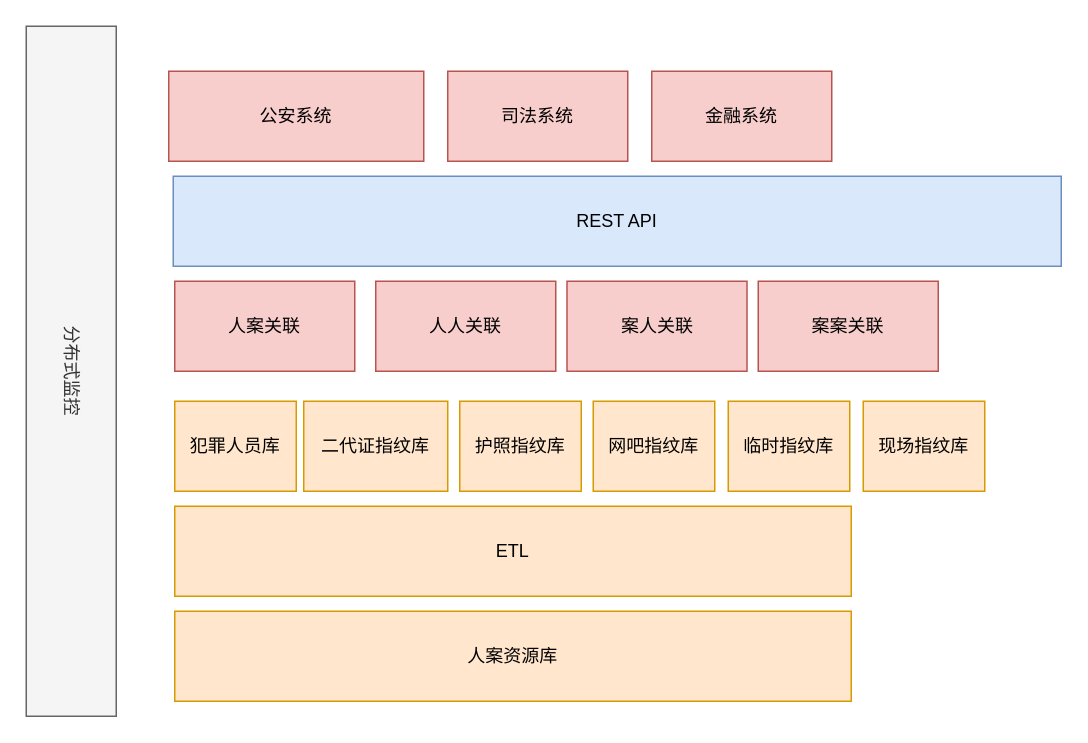
This is 业务模型.drawio from gray2blue/Sudoku, a draw.io file, before an edit. Source tidied: cells renumbered, new cells numbered last; positions are measured from the earlier drawing's top-left corner, leaving out a move shared by most shapes. Both pictures are drawn from the tidied source at 150%, with x=0, y=0 at pixel (-274, 70).
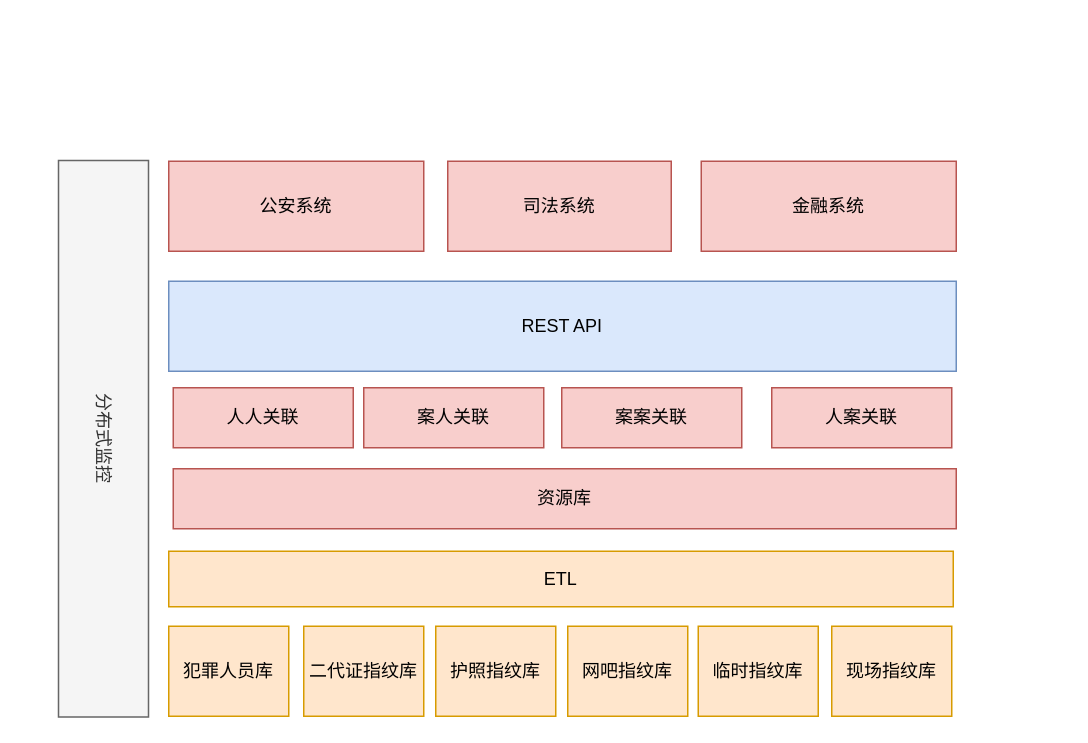
Above is the later version.

Diff of the diagram source:
```diff
@@
 <mxGraphModel>
   <root>
     <mxCell id="0" />
     <mxCell id="1" parent="0" />
-    <mxCell id="2" value="犯罪人员库" style="rounded=0;whiteSpace=wrap;html=1;fillColor=#ffe6cc;strokeColor=#d79b00;" parent="1" vertex="1">
-      <mxGeometry x="299" y="220" width="81" height="60" as="geometry" />
-    </mxCell>
     <mxCell id="3" value="公安系统" style="rounded=0;whiteSpace=wrap;html=1;fillColor=#f8cecc;strokeColor=#b85450;" parent="1" vertex="1">
-      <mxGeometry x="295" width="170" height="60" as="geometry" />
+      <mxGeometry x="295" y="60" width="170" height="60" as="geometry" />
     </mxCell>
     <mxCell id="4" value="人人关联" style="rounded=0;whiteSpace=wrap;html=1;fillColor=#f8cecc;strokeColor=#b85450;" parent="1" vertex="1">
-      <mxGeometry x="433" y="140" width="120" height="60" as="geometry" />
+      <mxGeometry x="298" y="211" width="120" height="40" as="geometry" />
     </mxCell>
-    <mxCell id="5" value="人案关联" style="rounded=0;whiteSpace=wrap;html=1;fillColor=#f8cecc;strokeColor=#b85450;" parent="1" vertex="1">
-      <mxGeometry x="299" y="140" width="120" height="60" as="geometry" />
+    <mxCell id="5" value="资源库" style="rounded=0;whiteSpace=wrap;html=1;fillColor=#f8cecc;strokeColor=#b85450;" parent="1" vertex="1">
+      <mxGeometry x="298" y="265" width="522" height="40" as="geometry" />
     </mxCell>
     <mxCell id="6" value="REST API" style="rounded=0;whiteSpace=wrap;html=1;fillColor=#dae8fc;strokeColor=#6c8ebf;" parent="1" vertex="1">
-      <mxGeometry x="298" y="70" width="592" height="60" as="geometry" />
+      <mxGeometry x="295" y="140" width="525" height="60" as="geometry" />
     </mxCell>
     <mxCell id="7" value="司法系统" style="rounded=0;whiteSpace=wrap;html=1;fillColor=#f8cecc;strokeColor=#b85450;" parent="1" vertex="1">
-      <mxGeometry x="481" width="120" height="60" as="geometry" />
+      <mxGeometry x="481" y="60" width="149" height="60" as="geometry" />
     </mxCell>
-    <mxCell id="8" value="人案资源库" style="rounded=0;whiteSpace=wrap;html=1;fillColor=#ffe6cc;strokeColor=#d79b00;" parent="1" vertex="1">
-      <mxGeometry x="299" y="360" width="451" height="60" as="geometry" />
-    </mxCell>
     <mxCell id="9" value="分布式监控" style="rounded=0;whiteSpace=wrap;html=1;rotation=90;fillColor=#f5f5f5;strokeColor=#666666;fontColor=#333333;" parent="1" vertex="1">
-      <mxGeometry y="170" width="460" height="60" as="geometry" />
+      <mxGeometry x="66" y="215" width="371" height="60" as="geometry" />
     </mxCell>
+    <mxCell id="14" value="ETL" style="rounded=0;whiteSpace=wrap;html=1;fillColor=#ffe6cc;strokeColor=#d79b00;" parent="1" vertex="1">
+      <mxGeometry x="295" y="320" width="523" height="37" as="geometry" />
+    </mxCell>
+    <mxCell id="15" value="案人关联" style="rounded=0;whiteSpace=wrap;html=1;fillColor=#f8cecc;strokeColor=#b85450;" parent="1" vertex="1">
+      <mxGeometry x="425" y="211" width="120" height="40" as="geometry" />
+    </mxCell>
+    <mxCell id="16" value="案案关联" style="rounded=0;whiteSpace=wrap;html=1;fillColor=#f8cecc;strokeColor=#b85450;" parent="1" vertex="1">
+      <mxGeometry x="557" y="211" width="120" height="40" as="geometry" />
+    </mxCell>
+    <mxCell id="18" value="金融系统" style="rounded=0;whiteSpace=wrap;html=1;fillColor=#f8cecc;strokeColor=#b85450;" parent="1" vertex="1">
+      <mxGeometry x="650" y="60" width="170" height="60" as="geometry" />
+    </mxCell>
+    <mxCell id="2" value="犯罪人员库" style="rounded=0;whiteSpace=wrap;html=1;fillColor=#ffe6cc;strokeColor=#d79b00;" parent="1" vertex="1">
+      <mxGeometry x="295" y="370" width="80" height="60" as="geometry" />
+    </mxCell>
     <mxCell id="10" value="二代证指纹库" style="rounded=0;whiteSpace=wrap;html=1;fillColor=#ffe6cc;strokeColor=#d79b00;" parent="1" vertex="1">
-      <mxGeometry x="385" y="220" width="96" height="60" as="geometry" />
+      <mxGeometry x="385" y="370" width="80" height="60" as="geometry" />
     </mxCell>
     <mxCell id="11" value="护照指纹库" style="rounded=0;whiteSpace=wrap;html=1;fillColor=#ffe6cc;strokeColor=#d79b00;" parent="1" vertex="1">
-      <mxGeometry x="489" y="220" width="81" height="60" as="geometry" />
+      <mxGeometry x="473" y="370" width="80" height="60" as="geometry" />
     </mxCell>
     <mxCell id="12" value="临时指纹库" style="rounded=0;whiteSpace=wrap;html=1;fillColor=#ffe6cc;strokeColor=#d79b00;" parent="1" vertex="1">
-      <mxGeometry x="668" y="220" width="81" height="60" as="geometry" />
+      <mxGeometry x="648" y="370" width="80" height="60" as="geometry" />
     </mxCell>
     <mxCell id="13" value="网吧指纹库" style="rounded=0;whiteSpace=wrap;html=1;fillColor=#ffe6cc;strokeColor=#d79b00;" parent="1" vertex="1">
-      <mxGeometry x="578" y="220" width="81" height="60" as="geometry" />
+      <mxGeometry x="561" y="370" width="80" height="60" as="geometry" />
     </mxCell>
-    <mxCell id="14" value="ETL" style="rounded=0;whiteSpace=wrap;html=1;fillColor=#ffe6cc;strokeColor=#d79b00;" parent="1" vertex="1">
-      <mxGeometry x="299" y="290" width="451" height="60" as="geometry" />
-    </mxCell>
-    <mxCell id="15" value="案人关联" style="rounded=0;whiteSpace=wrap;html=1;fillColor=#f8cecc;strokeColor=#b85450;" parent="1" vertex="1">
-      <mxGeometry x="560.5" y="140" width="120" height="60" as="geometry" />
-    </mxCell>
-    <mxCell id="16" value="案案关联" style="rounded=0;whiteSpace=wrap;html=1;fillColor=#f8cecc;strokeColor=#b85450;" parent="1" vertex="1">
-      <mxGeometry x="688" y="140" width="120" height="60" as="geometry" />
-    </mxCell>
     <mxCell id="17" value="现场指纹库" style="rounded=0;whiteSpace=wrap;html=1;fillColor=#ffe6cc;strokeColor=#d79b00;" parent="1" vertex="1">
-      <mxGeometry x="758" y="220" width="81" height="60" as="geometry" />
+      <mxGeometry x="737" y="370" width="80" height="60" as="geometry" />
     </mxCell>
-    <mxCell id="18" value="金融系统" style="rounded=0;whiteSpace=wrap;html=1;fillColor=#f8cecc;strokeColor=#b85450;" parent="1" vertex="1">
-      <mxGeometry x="617" width="120" height="60" as="geometry" />
-    </mxCell>
+    <mxCell id="19" value="人案关联" style="rounded=0;whiteSpace=wrap;html=1;fillColor=#f8cecc;strokeColor=#b85450;" parent="1" vertex="1">
+      <mxGeometry x="697" y="211" width="120" height="40" as="geometry" />
+    </mxCell>
   </root>
 </mxGraphModel>
```
